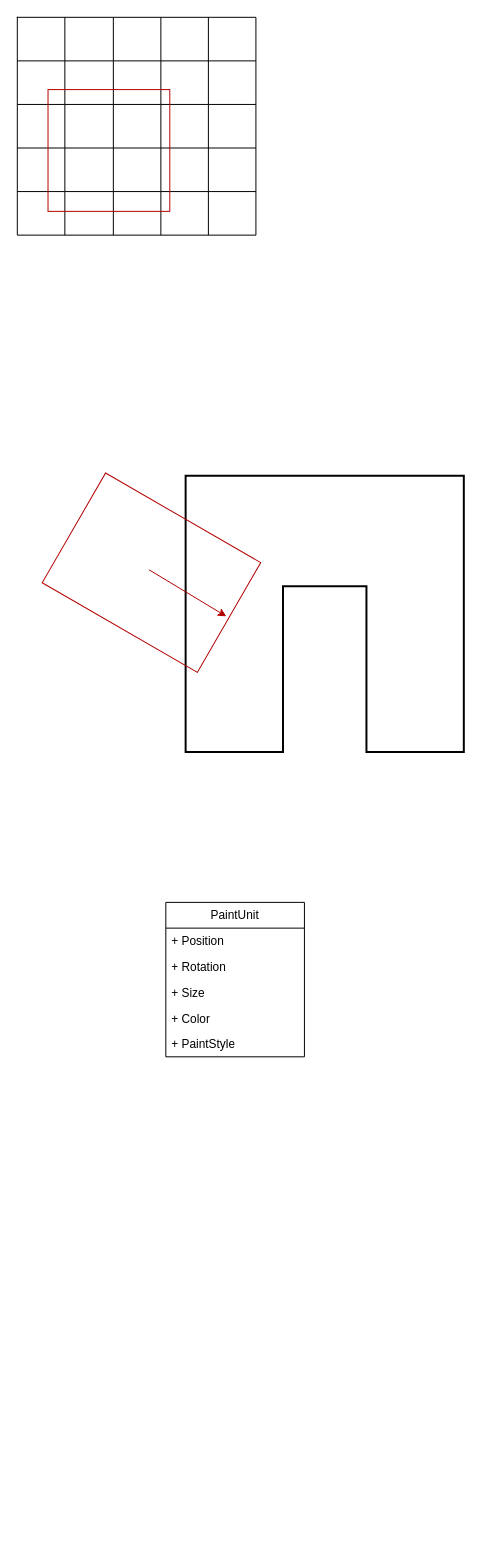
The draw.io diagram 涂鸦乱斗.drawio in uniHk/UniverseofHK.github.io, before the edit. Source tidied: cells renumbered, new cells numbered last; positions are measured from the earlier drawing's top-left corner, leaving out a move shared by most shapes. Both pictures are drawn from the tidied source at 99%, with x=0, y=0 at pixel (17, 17).
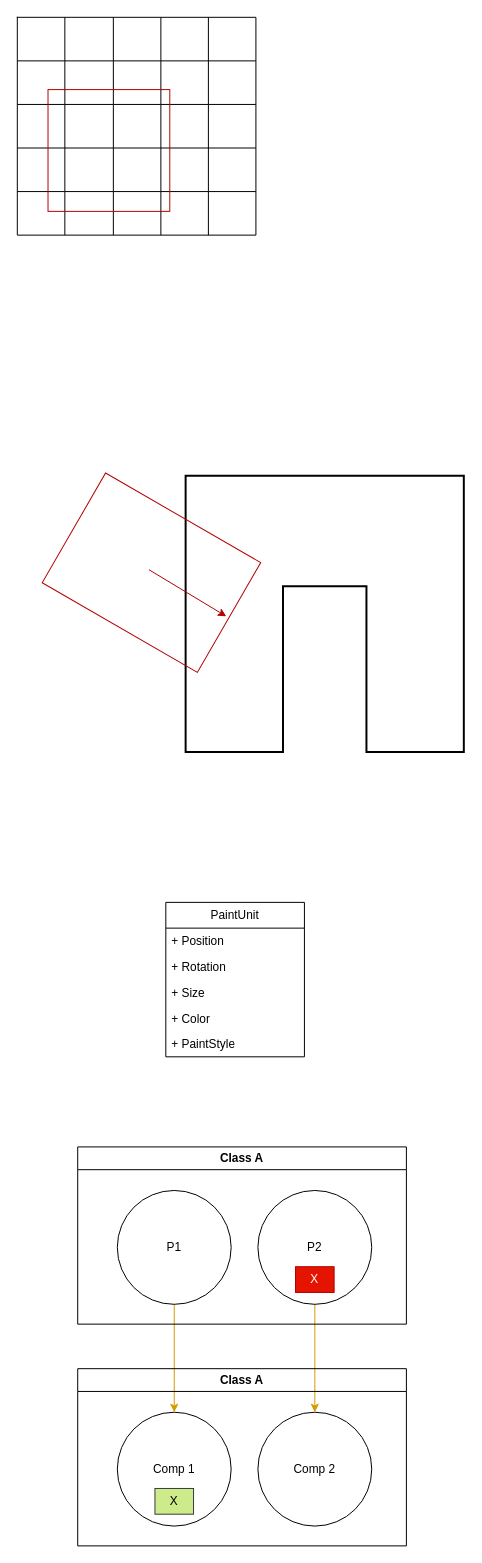
After the change.

Commit message:
更新涂鸦乱斗.drawio

Change to the diagram source:
```diff
@@
+    <mxCell id="43" style="edgeStyle=orthogonalEdgeStyle;rounded=0;jettySize=auto;html=1;fillColor=#ffcd28;strokeColor=#d79b00;gradientColor=#ffa500;" parent="1" edge="1" source="44" target="49">
+      <mxGeometry relative="1" as="geometry" />
+    </mxCell>
+    <mxCell id="44" value="P1" style="ellipse;whiteSpace=wrap;html=1;" parent="1" vertex="1">
+      <mxGeometry x="101" y="1185" width="115" height="115" as="geometry" />
+    </mxCell>
+    <mxCell id="45" style="edgeStyle=orthogonalEdgeStyle;rounded=0;jettySize=auto;html=1;fillColor=#ffcd28;gradientColor=#ffa500;strokeColor=#d79b00;" parent="1" edge="1" source="46" target="50">
+      <mxGeometry relative="1" as="geometry" />
+    </mxCell>
+    <mxCell id="46" value="P2" style="ellipse;whiteSpace=wrap;html=1;" parent="1" vertex="1">
+      <mxGeometry x="243" y="1185" width="115" height="115" as="geometry" />
+    </mxCell>
+    <mxCell id="47" value="X" style="rounded=0;whiteSpace=wrap;html=1;fillColor=#e51400;fontColor=#ffffff;strokeColor=#B20000;" parent="1" vertex="1">
+      <mxGeometry x="281" y="1262" width="39" height="26" as="geometry" />
+    </mxCell>
+    <mxCell id="48" value="Class A" style="swimlane;whiteSpace=wrap;html=1;" parent="1" vertex="1">
+      <mxGeometry x="61" y="1141" width="332" height="179" as="geometry" />
+    </mxCell>
+    <mxCell id="49" value="Comp 1" style="ellipse;whiteSpace=wrap;html=1;" parent="1" vertex="1">
+      <mxGeometry x="101" y="1409" width="115" height="115" as="geometry" />
+    </mxCell>
+    <mxCell id="50" value="Comp 2" style="ellipse;whiteSpace=wrap;html=1;" parent="1" vertex="1">
+      <mxGeometry x="243" y="1409" width="115" height="115" as="geometry" />
+    </mxCell>
+    <mxCell id="51" value="X" style="rounded=0;whiteSpace=wrap;html=1;fillColor=#cdeb8b;strokeColor=#36393d;" parent="1" vertex="1">
+      <mxGeometry x="139" y="1486" width="39" height="26" as="geometry" />
+    </mxCell>
+    <mxCell id="52" value="Class A" style="swimlane;whiteSpace=wrap;html=1;fillColor=none;" parent="1" vertex="1">
+      <mxGeometry x="61" y="1365" width="332" height="179" as="geometry" />
+    </mxCell>
```
